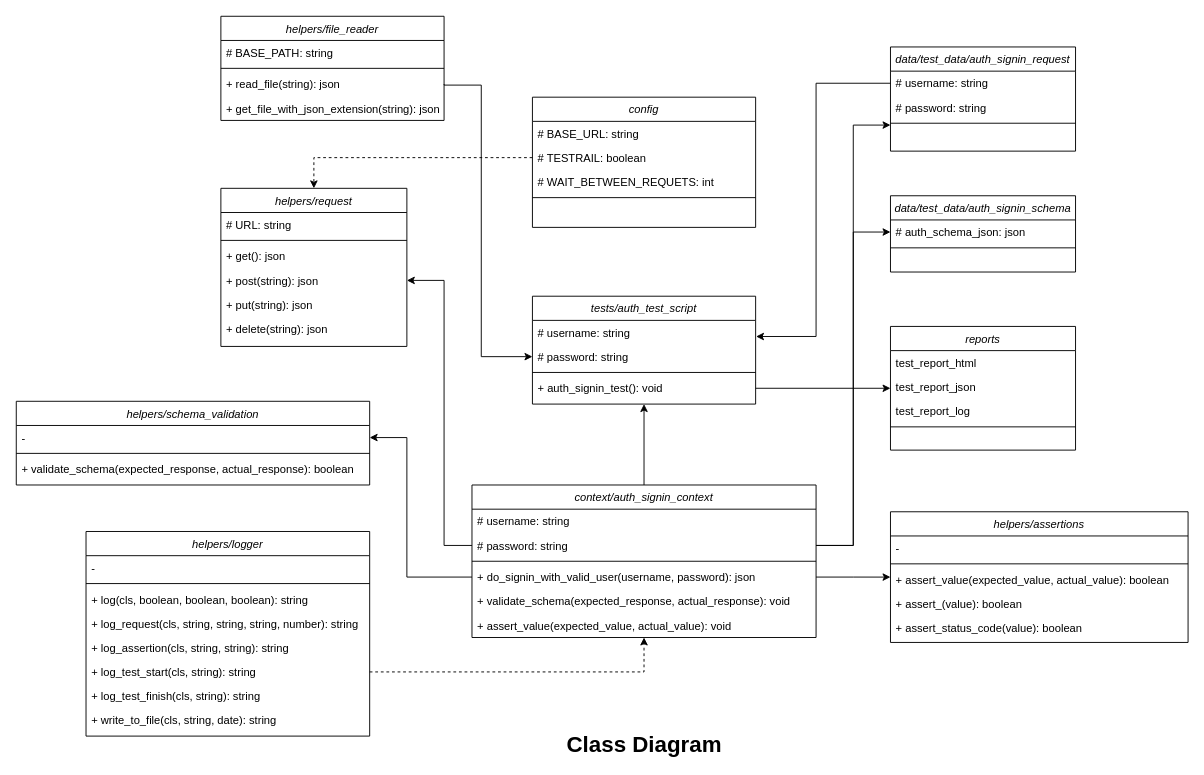
The draw.io diagram Untitled Diagram.drawio in pravin79/CAFE-FOOD-HUB, before the edit. Source tidied: cells renumbered, new cells numbered last; positions are measured from the earlier drawing's top-left corner, leaving out a move shared by most shapes. Both pictures are drawn from the tidied source at 93%, with x=0, y=0 at pixel (16, 16).
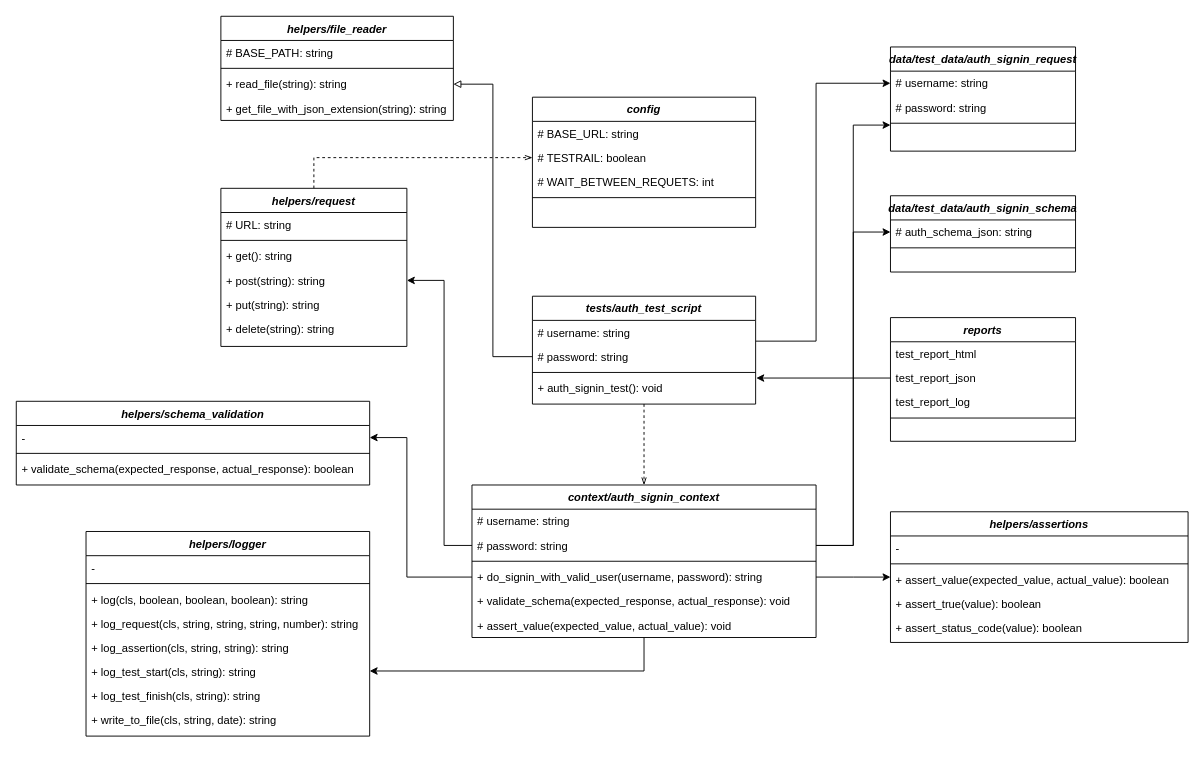
After the change.

Unchanged cells that the change refers to:
```xml
<mxCell id="4" value="# TESTRAIL: boolean" style="text;align=left;verticalAlign=top;spacingLeft=4;spacingRight=4;overflow=hidden;points=[[0,0.5],[1,0.5]];portConstraint=eastwest;" parent="2" vertex="1">
  <mxGeometry y="52" width="240" height="26" as="geometry" />
</mxCell>
<mxCell id="8" value="# username: string" style="text;align=left;verticalAlign=top;spacingLeft=4;spacingRight=4;overflow=hidden;points=[[0,0.5],[1,0.5]];portConstraint=eastwest;" parent="7" vertex="1">
  <mxGeometry y="26" width="240" height="26" as="geometry" />
</mxCell>
<mxCell id="9" value="# password: string" style="text;align=left;verticalAlign=top;spacingLeft=4;spacingRight=4;overflow=hidden;points=[[0,0.5],[1,0.5]];portConstraint=eastwest;" parent="7" vertex="1">
  <mxGeometry y="52" width="240" height="26" as="geometry" />
</mxCell>
<mxCell id="11" value="+ auth_signin_test(): void" style="text;align=left;verticalAlign=top;spacingLeft=4;spacingRight=4;overflow=hidden;points=[[0,0.5],[1,0.5]];portConstraint=eastwest;" parent="7" vertex="1">
  <mxGeometry y="86" width="240" height="26" as="geometry" />
</mxCell>
<mxCell id="25" value="+ log_test_start(cls, string): string" style="text;align=left;verticalAlign=top;spacingLeft=4;spacingRight=4;overflow=hidden;points=[[0,0.5],[1,0.5]];portConstraint=eastwest;" parent="19" vertex="1">
  <mxGeometry y="138" width="305" height="26" as="geometry" />
</mxCell>
<mxCell id="34" value="# username: string" style="text;align=left;verticalAlign=top;spacingLeft=4;spacingRight=4;overflow=hidden;points=[[0,0.5],[1,0.5]];portConstraint=eastwest;" parent="33" vertex="1">
  <mxGeometry y="26" width="199" height="26" as="geometry" />
</mxCell>
<mxCell id="39" value="test_report_json" style="text;align=left;verticalAlign=top;spacingLeft=4;spacingRight=4;overflow=hidden;points=[[0,0.5],[1,0.5]];portConstraint=eastwest;" parent="37" vertex="1">
  <mxGeometry y="52" width="199" height="26" as="geometry" />
</mxCell>
```

Diff of the diagram source:
```diff
@@
-    <mxCell id="2" value="config" style="swimlane;fontStyle=2;align=center;verticalAlign=top;horizontal=1;startSize=26;rounded=0;shadow=0;strokeWidth=1;" parent="1" vertex="1">
+    <mxCell id="2" value="config" style="swimlane;fontStyle=3;align=center;verticalAlign=top;horizontal=1;startSize=26;rounded=0;shadow=0;strokeWidth=1;" parent="1" vertex="1">
       <mxGeometry x="555" y="87" width="240" height="140" as="geometry" />
     </mxCell>
@@
+    <mxCell id="74" style="edgeStyle=orthogonalEdgeStyle;rounded=0;jettySize=auto;html=1;exitX=0.5;exitY=1;exitDx=0;exitDy=0;dashed=1;endArrow=openThin;endFill=0;" parent="1" edge="1" source="7" target="46">
+      <mxGeometry relative="1" as="geometry" />
+    </mxCell>
-    <mxCell id="7" value="tests/auth_test_script" style="swimlane;fontStyle=2;align=center;verticalAlign=top;horizontal=1;startSize=26;rounded=0;shadow=0;strokeWidth=1;" parent="1" vertex="1">
+    <mxCell id="7" value="tests/auth_test_script" style="swimlane;fontStyle=3;align=center;verticalAlign=top;horizontal=1;startSize=26;rounded=0;shadow=0;strokeWidth=1;" parent="1" vertex="1">
       <mxGeometry x="555" y="301" width="240" height="116" as="geometry" />
     </mxCell>
@@
+    <mxCell id="75" style="edgeStyle=orthogonalEdgeStyle;rounded=0;jettySize=auto;html=1;exitX=0.5;exitY=0;exitDx=0;exitDy=0;entryX=0;entryY=0.5;entryDx=0;entryDy=0;endArrow=openThin;endFill=0;dashed=1;" parent="1" edge="1" source="12" target="4">
+      <mxGeometry relative="1" as="geometry" />
+    </mxCell>
-    <mxCell id="12" value="helpers/request" style="swimlane;fontStyle=2;align=center;verticalAlign=top;horizontal=1;startSize=26;rounded=0;shadow=0;strokeWidth=1;" parent="1" vertex="1">
+    <mxCell id="12" value="helpers/request" style="swimlane;fontStyle=3;align=center;verticalAlign=top;horizontal=1;startSize=26;rounded=0;shadow=0;strokeWidth=1;" parent="1" vertex="1">
       <mxGeometry x="220" y="185" width="200" height="170" as="geometry" />
     </mxCell>
@@
-    <mxCell id="15" value="+ get(): json" style="text;align=left;verticalAlign=top;spacingLeft=4;spacingRight=4;overflow=hidden;" parent="12" vertex="1">
+    <mxCell id="15" value="+ get(): string" style="text;align=left;verticalAlign=top;spacingLeft=4;spacingRight=4;overflow=hidden;" parent="12" vertex="1">
       <mxGeometry y="60" width="200" height="26" as="geometry" />
     </mxCell>
-    <mxCell id="16" value="+ post(string): json" style="text;align=left;verticalAlign=top;spacingLeft=4;spacingRight=4;overflow=hidden;points=[[0,0.5],[1,0.5]];portConstraint=eastwest;" parent="12" vertex="1">
+    <mxCell id="16" value="+ post(string): string" style="text;align=left;verticalAlign=top;spacingLeft=4;spacingRight=4;overflow=hidden;points=[[0,0.5],[1,0.5]];portConstraint=eastwest;" parent="12" vertex="1">
       <mxGeometry y="86" width="200" height="26" as="geometry" />
     </mxCell>
-    <mxCell id="17" value="+ put(string): json" style="text;align=left;verticalAlign=top;spacingLeft=4;spacingRight=4;overflow=hidden;" parent="12" vertex="1">
+    <mxCell id="17" value="+ put(string): string" style="text;align=left;verticalAlign=top;spacingLeft=4;spacingRight=4;overflow=hidden;" parent="12" vertex="1">
       <mxGeometry y="112" width="200" height="26" as="geometry" />
     </mxCell>
-    <mxCell id="18" value="+ delete(string): json" style="text;align=left;verticalAlign=top;spacingLeft=4;spacingRight=4;overflow=hidden;" parent="12" vertex="1">
+    <mxCell id="18" value="+ delete(string): string" style="text;align=left;verticalAlign=top;spacingLeft=4;spacingRight=4;overflow=hidden;" parent="12" vertex="1">
       <mxGeometry y="138" width="200" height="26" as="geometry" />
     </mxCell>
-    <mxCell id="19" value="helpers/logger" style="swimlane;fontStyle=2;align=center;verticalAlign=top;horizontal=1;startSize=26;rounded=0;shadow=0;strokeWidth=1;" parent="1" vertex="1">
+    <mxCell id="19" value="helpers/logger" style="swimlane;fontStyle=3;align=center;verticalAlign=top;horizontal=1;startSize=26;rounded=0;shadow=0;strokeWidth=1;" parent="1" vertex="1">
       <mxGeometry x="75" y="554" width="305" height="220" as="geometry" />
     </mxCell>
@@
-    <mxCell id="28" value="helpers/file_reader" style="swimlane;fontStyle=2;align=center;verticalAlign=top;horizontal=1;startSize=26;rounded=0;shadow=0;strokeWidth=1;" parent="1" vertex="1">
-      <mxGeometry x="220" width="240" height="112" as="geometry" />
+    <mxCell id="28" value="helpers/file_reader" style="swimlane;fontStyle=3;align=center;verticalAlign=top;horizontal=1;startSize=26;rounded=0;shadow=0;strokeWidth=1;" parent="1" vertex="1">
+      <mxGeometry x="220" width="250" height="112" as="geometry" />
     </mxCell>
     <mxCell id="29" value="# BASE_PATH: string" style="text;align=left;verticalAlign=top;spacingLeft=4;spacingRight=4;overflow=hidden;" parent="28" vertex="1">
-      <mxGeometry y="26" width="240" height="26" as="geometry" />
+      <mxGeometry y="26" width="250" height="26" as="geometry" />
     </mxCell>
     <mxCell id="30" style="line;html=1;strokeWidth=1;align=left;verticalAlign=middle;spacingTop=-1;spacingLeft=3;spacingRight=3;labelPosition=right;" parent="28" vertex="1">
-      <mxGeometry y="52" width="240" height="8" as="geometry" />
+      <mxGeometry y="52" width="250" height="8" as="geometry" />
     </mxCell>
-    <mxCell id="31" value="+ read_file(string): json" style="text;align=left;verticalAlign=top;spacingLeft=4;spacingRight=4;overflow=hidden;points=[[0,0.5],[1,0.5]];portConstraint=eastwest;" parent="28" vertex="1">
-      <mxGeometry y="60" width="240" height="26" as="geometry" />
+    <mxCell id="31" value="+ read_file(string): string" style="text;align=left;verticalAlign=top;spacingLeft=4;spacingRight=4;overflow=hidden;points=[[0,0.5],[1,0.5]];portConstraint=eastwest;" parent="28" vertex="1">
+      <mxGeometry y="60" width="250" height="26" as="geometry" />
     </mxCell>
-    <mxCell id="32" value="+ get_file_with_json_extension(string): json" style="text;align=left;verticalAlign=top;spacingLeft=4;spacingRight=4;overflow=hidden;" parent="28" vertex="1">
-      <mxGeometry y="86" width="240" height="26" as="geometry" />
+    <mxCell id="32" value="+ get_file_with_json_extension(string): string" style="text;align=left;verticalAlign=top;spacingLeft=4;spacingRight=4;overflow=hidden;" parent="28" vertex="1">
+      <mxGeometry y="86" width="250" height="26" as="geometry" />
     </mxCell>
-    <mxCell id="33" value="data/test_data/auth_signin_request" style="swimlane;fontStyle=2;align=center;verticalAlign=top;horizontal=1;startSize=26;rounded=0;shadow=0;strokeWidth=1;" parent="1" vertex="1">
+    <mxCell id="33" value="data/test_data/auth_signin_request" style="swimlane;fontStyle=3;align=center;verticalAlign=top;horizontal=1;startSize=26;rounded=0;shadow=0;strokeWidth=1;" parent="1" vertex="1">
       <mxGeometry x="940" y="33" width="199" height="112" as="geometry" />
     </mxCell>
@@
-    <mxCell id="37" value="reports" style="swimlane;fontStyle=2;align=center;verticalAlign=top;horizontal=1;startSize=26;rounded=0;shadow=0;strokeWidth=1;" parent="1" vertex="1">
-      <mxGeometry x="940" y="333.5" width="199" height="133" as="geometry" />
+    <mxCell id="37" value="reports" style="swimlane;fontStyle=3;align=center;verticalAlign=top;horizontal=1;startSize=26;rounded=0;shadow=0;strokeWidth=1;" parent="1" vertex="1">
+      <mxGeometry x="940" y="324" width="199" height="133" as="geometry" />
     </mxCell>
@@
-    <mxCell id="42" value="data/test_data/auth_signin_schema" style="swimlane;fontStyle=2;align=center;verticalAlign=top;horizontal=1;startSize=26;rounded=0;shadow=0;strokeWidth=1;" parent="1" vertex="1">
+    <mxCell id="42" value="data/test_data/auth_signin_schema" style="swimlane;fontStyle=3;align=center;verticalAlign=top;horizontal=1;startSize=26;rounded=0;shadow=0;strokeWidth=1;" parent="1" vertex="1">
       <mxGeometry x="940" y="193" width="199" height="82" as="geometry" />
     </mxCell>
-    <mxCell id="43" value="# auth_schema_json: json" style="text;align=left;verticalAlign=top;spacingLeft=4;spacingRight=4;overflow=hidden;points=[[0,0.5],[1,0.5]];portConstraint=eastwest;" parent="42" vertex="1">
+    <mxCell id="43" value="# auth_schema_json: string" style="text;align=left;verticalAlign=top;spacingLeft=4;spacingRight=4;overflow=hidden;points=[[0,0.5],[1,0.5]];portConstraint=eastwest;" parent="42" vertex="1">
       <mxGeometry y="26" width="199" height="26" as="geometry" />
     </mxCell>
@@
-    <mxCell id="45" style="edgeStyle=orthogonalEdgeStyle;rounded=0;jettySize=auto;html=1;exitX=0.5;exitY=0;exitDx=0;exitDy=0;entryX=0.5;entryY=1;entryDx=0;entryDy=0;" parent="1" edge="1" source="46" target="7">
-      <mxGeometry relative="1" as="geometry" />
-    </mxCell>
+    <mxCell id="76" style="edgeStyle=orthogonalEdgeStyle;rounded=0;jettySize=auto;html=1;endArrow=classic;endFill=1;" parent="1" edge="1" source="46" target="25">
+      <mxGeometry relative="1" as="geometry">
+        <Array as="points">
+          <mxPoint x="675" y="704" />
+        </Array>
+      </mxGeometry>
+    </mxCell>
-    <mxCell id="46" value="context/auth_signin_context" style="swimlane;fontStyle=2;align=center;verticalAlign=top;horizontal=1;startSize=26;rounded=0;shadow=0;strokeWidth=1;" parent="1" vertex="1">
+    <mxCell id="46" value="context/auth_signin_context" style="swimlane;fontStyle=3;align=center;verticalAlign=top;horizontal=1;startSize=26;rounded=0;shadow=0;strokeWidth=1;" parent="1" vertex="1">
       <mxGeometry x="490" y="504" width="370" height="164" as="geometry" />
     </mxCell>
@@
-    <mxCell id="50" value="+ do_signin_with_valid_user(username, password): json" style="text;align=left;verticalAlign=top;spacingLeft=4;spacingRight=4;overflow=hidden;points=[[0,0.5],[1,0.5]];portConstraint=eastwest;" parent="46" vertex="1">
+    <mxCell id="50" value="+ do_signin_with_valid_user(username, password): string" style="text;align=left;verticalAlign=top;spacingLeft=4;spacingRight=4;overflow=hidden;points=[[0,0.5],[1,0.5]];portConstraint=eastwest;" parent="46" vertex="1">
       <mxGeometry y="86" width="370" height="26" as="geometry" />
     </mxCell>
@@
-    <mxCell id="53" style="edgeStyle=orthogonalEdgeStyle;rounded=0;jettySize=auto;html=1;exitX=1;exitY=0.5;exitDx=0;exitDy=0;entryX=0;entryY=0.5;entryDx=0;entryDy=0;" parent="1" edge="1" source="11" target="37">
-      <mxGeometry relative="1" as="geometry" />
-    </mxCell>
-    <mxCell id="54" style="edgeStyle=orthogonalEdgeStyle;rounded=0;jettySize=auto;html=1;exitX=0;exitY=0.5;exitDx=0;exitDy=0;entryX=1.002;entryY=0.667;entryDx=0;entryDy=0;entryPerimeter=0;" parent="1" edge="1" source="34" target="8">
-      <mxGeometry relative="1" as="geometry">
-        <Array as="points">
-          <mxPoint x="860" y="72" />
-          <mxPoint x="860" y="344" />
-        </Array>
-      </mxGeometry>
-    </mxCell>
-    <mxCell id="55" style="edgeStyle=orthogonalEdgeStyle;rounded=0;jettySize=auto;html=1;exitX=1;exitY=0.5;exitDx=0;exitDy=0;entryX=0;entryY=0.5;entryDx=0;entryDy=0;" parent="1" edge="1" source="31" target="9">
-      <mxGeometry relative="1" as="geometry">
-        <Array as="points">
-          <mxPoint x="460" y="74" />
-          <mxPoint x="500" y="74" />
-          <mxPoint x="500" y="366" />
-        </Array>
-      </mxGeometry>
-    </mxCell>
-    <mxCell id="56" value="&lt;font style=&quot;font-size: 24px&quot;&gt;Class Diagram&lt;/font&gt;" style="text;html=1;align=center;verticalAlign=middle;strokeColor=none;fillColor=none;fontStyle=1;" parent="1" vertex="1">
-      <mxGeometry x="585" y="774" width="180" height="20" as="geometry" />
-    </mxCell>
@@
-    <mxCell id="59" value="helpers/assertions" style="swimlane;fontStyle=2;align=center;verticalAlign=top;horizontal=1;startSize=26;rounded=0;shadow=0;strokeWidth=1;" parent="1" vertex="1">
+    <mxCell id="59" value="helpers/assertions" style="swimlane;fontStyle=3;align=center;verticalAlign=top;horizontal=1;startSize=26;rounded=0;shadow=0;strokeWidth=1;" parent="1" vertex="1">
       <mxGeometry x="940" y="532.8" width="320" height="140.5" as="geometry" />
     </mxCell>
@@
-    <mxCell id="63" value="+ assert_(value): boolean" style="text;align=left;verticalAlign=top;spacingLeft=4;spacingRight=4;overflow=hidden;" parent="59" vertex="1">
+    <mxCell id="63" value="+ assert_true(value): boolean" style="text;align=left;verticalAlign=top;spacingLeft=4;spacingRight=4;overflow=hidden;" parent="59" vertex="1">
       <mxGeometry y="86" width="320" height="26" as="geometry" />
     </mxCell>
@@
-    <mxCell id="67" value="helpers/schema_validation" style="swimlane;fontStyle=2;align=center;verticalAlign=top;horizontal=1;startSize=26;rounded=0;shadow=0;strokeWidth=1;" parent="1" vertex="1">
+    <mxCell id="67" value="helpers/schema_validation" style="swimlane;fontStyle=3;align=center;verticalAlign=top;horizontal=1;startSize=26;rounded=0;shadow=0;strokeWidth=1;" parent="1" vertex="1">
       <mxGeometry y="414" width="380" height="90" as="geometry" />
     </mxCell>
@@
-    <mxCell id="71" style="edgeStyle=orthogonalEdgeStyle;rounded=0;jettySize=auto;html=1;exitX=0;exitY=0.5;exitDx=0;exitDy=0;entryX=0.5;entryY=0;entryDx=0;entryDy=0;dashed=1;" parent="1" edge="1" source="4" target="12">
-      <mxGeometry relative="1" as="geometry" />
-    </mxCell>
-    <mxCell id="72" style="edgeStyle=orthogonalEdgeStyle;rounded=0;jettySize=auto;html=1;exitX=1;exitY=0.5;exitDx=0;exitDy=0;entryX=0.5;entryY=1;entryDx=0;entryDy=0;dashed=1;" parent="1" edge="1" source="25" target="46">
-      <mxGeometry relative="1" as="geometry" />
-    </mxCell>
@@
+    <mxCell id="77" style="edgeStyle=orthogonalEdgeStyle;rounded=0;jettySize=auto;html=1;exitX=0;exitY=0.5;exitDx=0;exitDy=0;entryX=1;entryY=0.5;entryDx=0;entryDy=0;endArrow=block;endFill=0;" parent="1" edge="1" source="9" target="31">
+      <mxGeometry relative="1" as="geometry" />
+    </mxCell>
+    <mxCell id="78" style="edgeStyle=orthogonalEdgeStyle;rounded=0;jettySize=auto;html=1;exitX=1.001;exitY=-0.141;exitDx=0;exitDy=0;entryX=0;entryY=0.5;entryDx=0;entryDy=0;endArrow=classic;endFill=1;exitPerimeter=0;" parent="1" edge="1" source="9" target="34">
+      <mxGeometry relative="1" as="geometry">
+        <Array as="points">
+          <mxPoint x="860" y="349" />
+          <mxPoint x="860" y="72" />
+        </Array>
+      </mxGeometry>
+    </mxCell>
+    <mxCell id="79" style="edgeStyle=orthogonalEdgeStyle;rounded=0;jettySize=auto;html=1;exitX=0;exitY=0.5;exitDx=0;exitDy=0;entryX=1.003;entryY=0.077;entryDx=0;entryDy=0;entryPerimeter=0;endArrow=classic;endFill=1;" parent="1" edge="1" source="39" target="11">
+      <mxGeometry relative="1" as="geometry" />
+    </mxCell>
```
